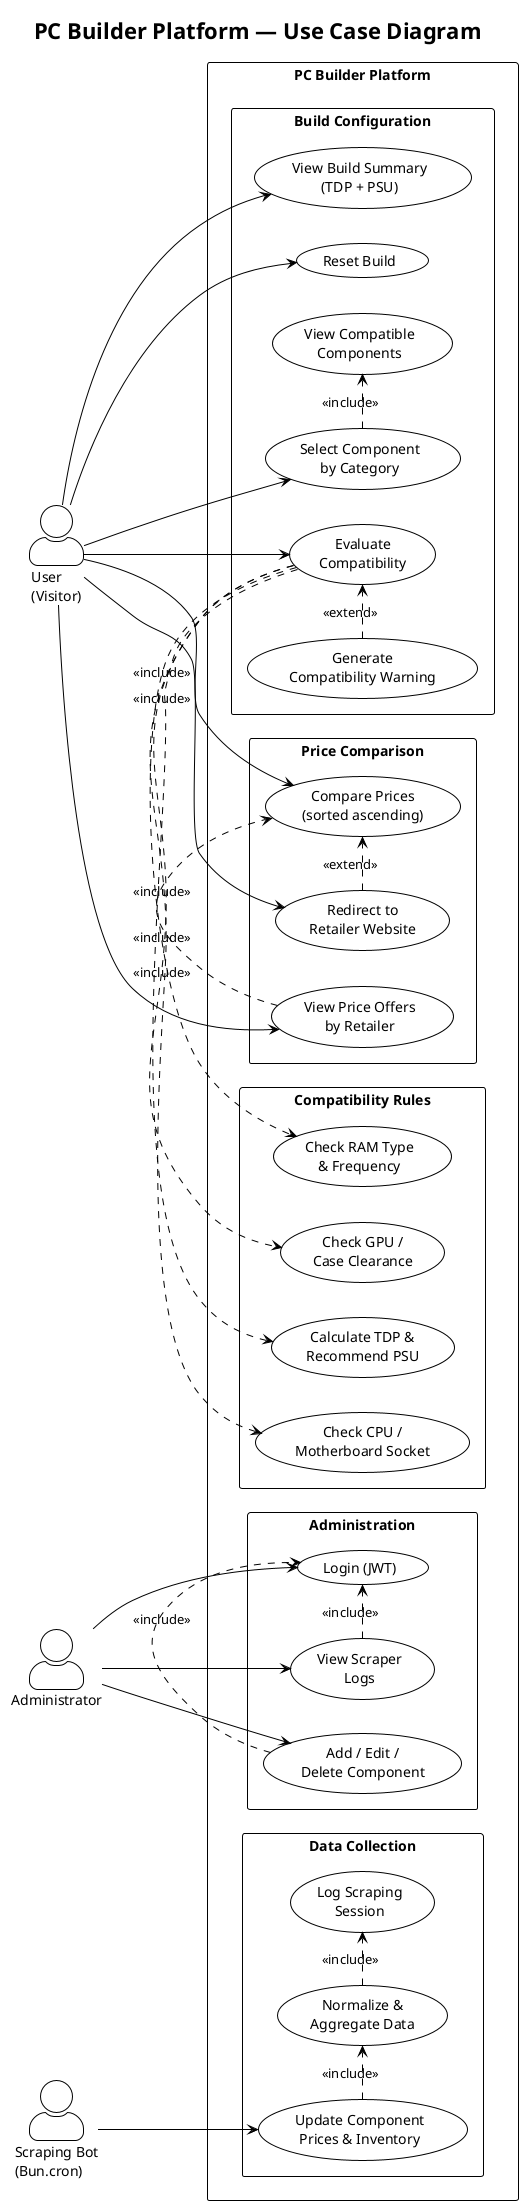
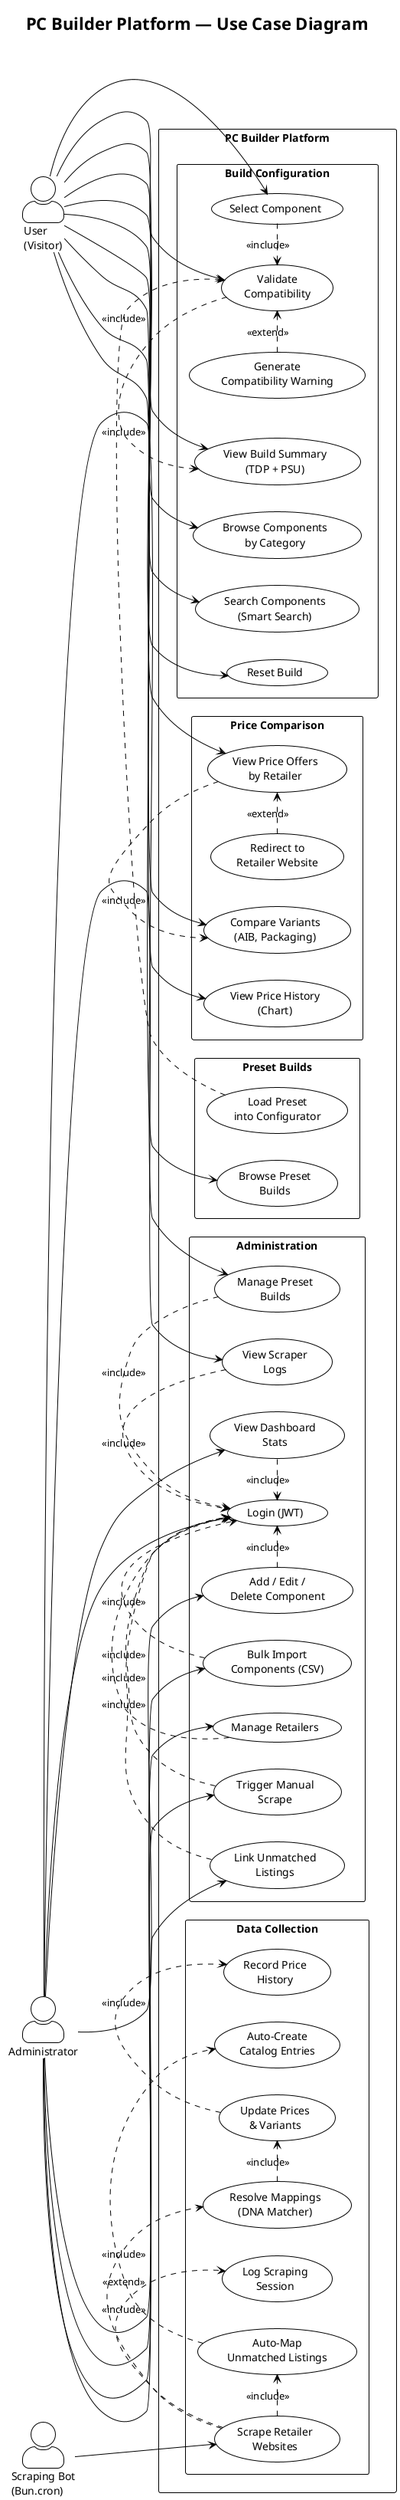
@startuml Use Case Diagram
!theme plain
skinparam actorStyle awesome
skinparam packageStyle rectangle

title PC Builder Platform — Use Case Diagram

left to right direction

actor "User\n(Visitor)" as user
actor "Administrator" as admin
actor "Scraping Bot\n(Bun.cron)" as scraper

rectangle "PC Builder Platform" {

  package "Build Configuration" {
-     usecase "Select Component\nby Category" as UC1
-     usecase "View Compatible\nComponents" as UC2
-     usecase "Evaluate\nCompatibility" as UC3
-     usecase "Generate\nCompatibility Warning" as UC3W
-     usecase "View Build Summary\n(TDP + PSU)" as UC4
-     usecase "Reset Build" as UC5
+     usecase "Browse Components\nby Category" as UC1
+     usecase "Search Components\n(Smart Search)" as UC2
+     usecase "Select Component" as UC3
+     usecase "Validate\nCompatibility" as UC4
+     usecase "Generate\nCompatibility Warning" as UC4W
+     usecase "View Build Summary\n(TDP + PSU)" as UC5
+     usecase "Reset Build" as UC6
  }

  package "Price Comparison" {
-     usecase "View Price Offers\nby Retailer" as UC6
-     usecase "Compare Prices\n(sorted ascending)" as UC7
-     usecase "Redirect to\nRetailer Website" as UC8
+     usecase "View Price Offers\nby Retailer" as UC7
+     usecase "View Price History\n(Chart)" as UC8
+     usecase "Compare Variants\n(AIB, Packaging)" as UC9
+     usecase "Redirect to\nRetailer Website" as UC10
  }

-   package "Compatibility Rules" {
-     usecase "Check CPU /\nMotherboard Socket" as UC9
-     usecase "Check RAM Type\n& Frequency" as UC10
-     usecase "Check GPU /\nCase Clearance" as UC11
-     usecase "Calculate TDP &\nRecommend PSU" as UC12
+   package "Preset Builds" {
+     usecase "Browse Preset\nBuilds" as UC11
+     usecase "Load Preset\ninto Configurator" as UC12
  }

  package "Administration" {
    usecase "Login (JWT)" as UC13
-     usecase "Add / Edit /\nDelete Component" as UC14
-     usecase "View Scraper\nLogs" as UC15
+     usecase "View Dashboard\nStats" as UC14
+     usecase "Add / Edit /\nDelete Component" as UC15
+     usecase "Bulk Import\nComponents (CSV)" as UC16
+     usecase "Manage Retailers" as UC17
+     usecase "Trigger Manual\nScrape" as UC18
+     usecase "Link Unmatched\nListings" as UC19
+     usecase "Manage Preset\nBuilds" as UC20
+     usecase "View Scraper\nLogs" as UC21
  }

  package "Data Collection" {
-     usecase "Update Component\nPrices & Inventory" as UC16
-     usecase "Normalize &\nAggregate Data" as UC17
-     usecase "Log Scraping\nSession" as UC18
+     usecase "Scrape Retailer\nWebsites" as UC22
+     usecase "Resolve Mappings\n(DNA Matcher)" as UC23
+     usecase "Update Prices\n& Variants" as UC24
+     usecase "Record Price\nHistory" as UC25
+     usecase "Auto-Map\nUnmatched Listings" as UC26
+     usecase "Auto-Create\nCatalog Entries" as UC27
+     usecase "Log Scraping\nSession" as UC28
  }
}

' User associations
user --> UC1
+ user --> UC2
user --> UC3
user --> UC4
user --> UC5
user --> UC6
user --> UC7
user --> UC8
+ user --> UC9
+ user --> UC11

' Include: always happens
- UC1 .> UC2 : <<include>>
- UC3 .> UC9 : <<include>>
- UC3 .> UC10 : <<include>>
- UC3 .> UC11 : <<include>>
- UC3 .> UC12 : <<include>>
- UC6 .> UC7 : <<include>>
+ UC3 .> UC4 : <<include>>
+ UC4 .> UC5 : <<include>>
+ UC7 .> UC9 : <<include>>
+ UC12 .> UC4 : <<include>>

- ' Extend: only when condition is met (warning/error case)
- UC3W .> UC3 : <<extend>>
- 
- ' Redirect only when user chooses an offer
- UC8 .> UC7 : <<extend>>
+ ' Extend: only when condition is met
+ UC4W .> UC4 : <<extend>>
+ UC10 .> UC7 : <<extend>>

' Admin associations
admin --> UC13
admin --> UC14
admin --> UC15
+ admin --> UC16
+ admin --> UC17
+ admin --> UC18
+ admin --> UC19
+ admin --> UC20
+ admin --> UC21
+ 
UC14 .> UC13 : <<include>>
UC15 .> UC13 : <<include>>
+ UC16 .> UC13 : <<include>>
+ UC17 .> UC13 : <<include>>
+ UC18 .> UC13 : <<include>>
+ UC19 .> UC13 : <<include>>
+ UC20 .> UC13 : <<include>>
+ UC21 .> UC13 : <<include>>

' Scraping Bot associations
- scraper --> UC16
- UC16 .> UC17 : <<include>>
- UC17 .> UC18 : <<include>>
+ scraper --> UC22
+ UC22 .> UC23 : <<include>>
+ UC23 .> UC24 : <<include>>
+ UC24 .> UC25 : <<include>>
+ UC22 .> UC26 : <<include>>
+ UC26 .> UC27 : <<extend>>
+ UC22 .> UC28 : <<include>>

@enduml
